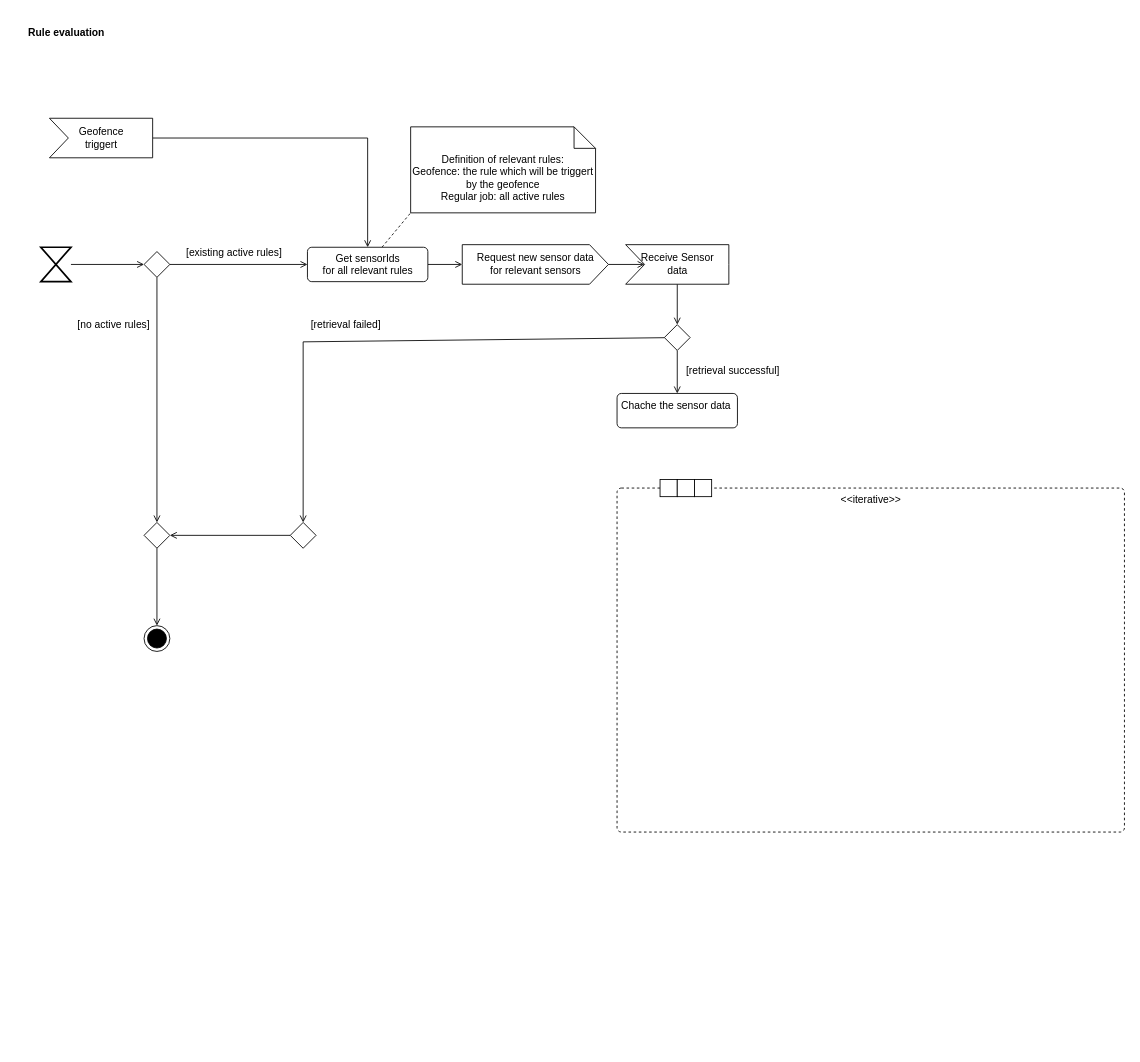
frozzenshooter/LoRaParkAppDocumentation keeps this draw.io diagram as ActivityDiagrams/ActivityDiagramRuleEvaluation.drawio. Above is the earlier version. Source tidied: cells renumbered, new cells numbered last; positions are measured from the earlier drawing's top-left corner, leaving out a move shared by most shapes. Both pictures are drawn from the tidied source at 86%, with x=0, y=0 at pixel (15, 15).
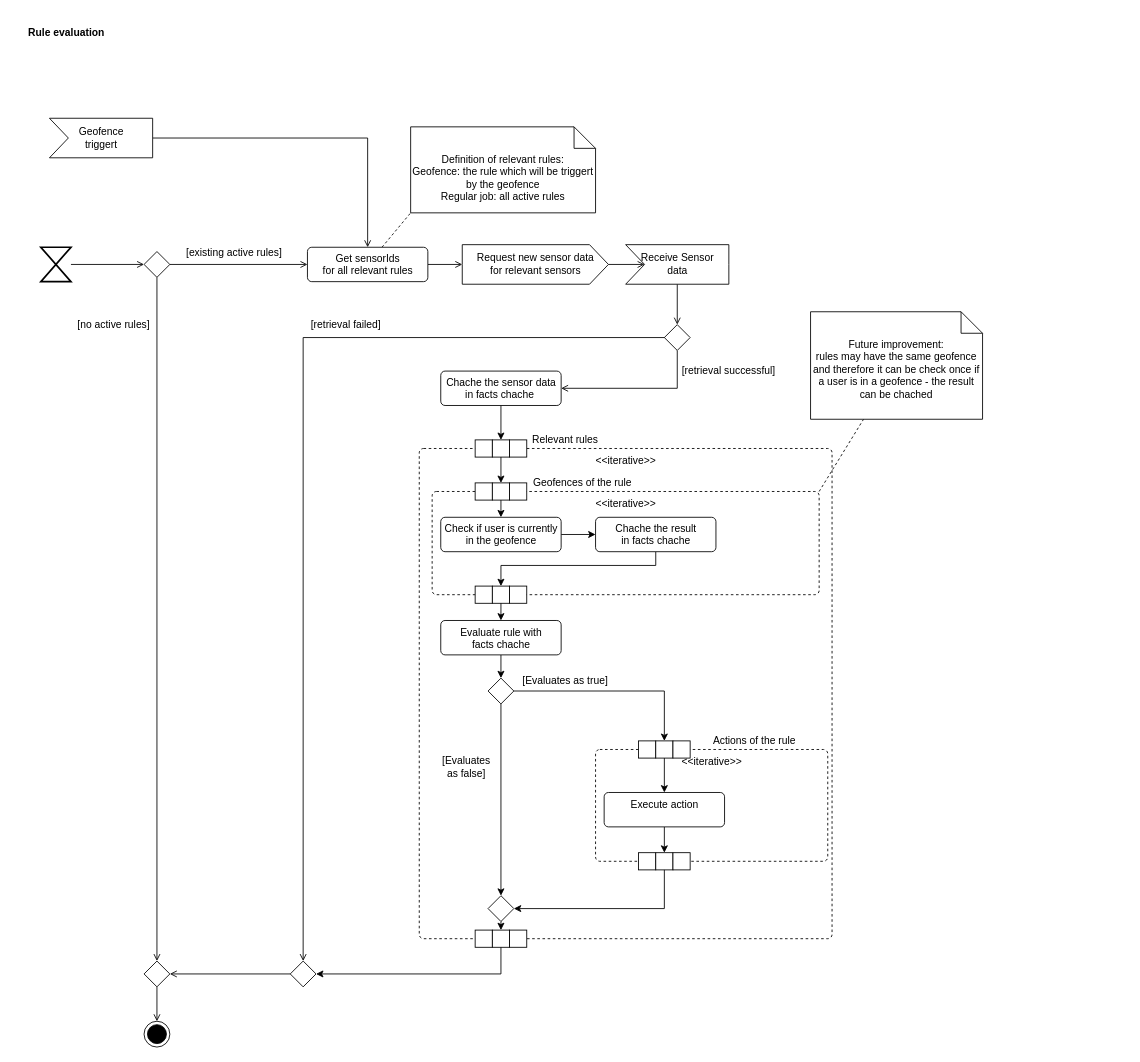
The same page after the edit.

Unchanged cells that the change refers to:
```xml
<mxCell id="11" value="Get sensorIds&lt;br&gt;for all relevant rules" style="html=1;align=center;verticalAlign=top;rounded=1;absoluteArcSize=1;arcSize=10;dashed=0;" parent="1" vertex="1">
  <mxGeometry x="340" y="270" width="140" height="40" as="geometry" />
</mxCell>
<mxCell id="19" value="Geofence&lt;br&gt;triggert" style="html=1;shadow=0;dashed=0;align=center;verticalAlign=middle;shape=mxgraph.arrows2.arrow;dy=0;dx=0;notch=22;" parent="1" vertex="1">
  <mxGeometry x="40" y="120" width="120" height="46" as="geometry" />
</mxCell>
<mxCell id="24" style="rhombus;" parent="1" vertex="1">
  <mxGeometry x="755" y="360" width="30" height="30" as="geometry" />
</mxCell>
<mxCell id="34" style="rounded=0;whiteSpace=wrap;html=1;" parent="32" vertex="1">
  <mxGeometry x="20" width="20" height="20" as="geometry" />
</mxCell>
```

The edit, as a diff of the source:
```diff
@@
     <mxCell id="16" style="rhombus;" parent="1" vertex="1">
-      <mxGeometry x="150" y="590" width="30" height="30" as="geometry" />
+      <mxGeometry x="150" y="1100" width="30" height="30" as="geometry" />
     </mxCell>
@@
-    <mxCell id="18" style="edgeStyle=none;rounded=0;jettySize=auto;html=1;entryX=0.5;entryY=0;entryDx=0;entryDy=0;endArrow=open;endFill=0;" parent="1" edge="1" source="19" target="11">
-      <mxGeometry relative="1" as="geometry">
-        <Array as="points">
-          <mxPoint x="410" y="143" />
-        </Array>
-      </mxGeometry>
+    <mxCell id="18" style="edgeStyle=orthogonalEdgeStyle;rounded=0;jettySize=auto;html=1;entryX=0.5;entryY=0;entryDx=0;entryDy=0;endArrow=open;endFill=0;" parent="1" edge="1" source="19" target="11">
+      <mxGeometry relative="1" as="geometry" />
     </mxCell>
@@
-    <mxCell id="22" style="edgeStyle=none;rounded=0;jettySize=auto;html=1;entryX=0.5;entryY=0;entryDx=0;entryDy=0;endArrow=open;endFill=0;" parent="1" edge="1" source="24" target="26">
-      <mxGeometry relative="1" as="geometry">
-        <Array as="points">
-          <mxPoint x="335" y="380" />
-        </Array>
-      </mxGeometry>
+    <mxCell id="22" style="edgeStyle=orthogonalEdgeStyle;rounded=0;jettySize=auto;html=1;entryX=0.5;entryY=0;entryDx=0;entryDy=0;endArrow=open;endFill=0;exitX=0.5;exitY=0.5;exitDx=0;exitDy=0;exitPerimeter=0;" parent="1" edge="1" source="24" target="26">
+      <mxGeometry relative="1" as="geometry" />
     </mxCell>
     <mxCell id="23" style="edgeStyle=none;rounded=0;jettySize=auto;html=1;endArrow=open;endFill=0;" parent="1" edge="1" source="24" target="29">
-      <mxGeometry relative="1" as="geometry" />
+      <mxGeometry relative="1" as="geometry">
+        <Array as="points">
+          <mxPoint x="770" y="434" />
+        </Array>
+      </mxGeometry>
     </mxCell>
@@
     <mxCell id="26" style="rhombus;" parent="1" vertex="1">
-      <mxGeometry x="320" y="590" width="30" height="30" as="geometry" />
+      <mxGeometry x="320" y="1100" width="30" height="30" as="geometry" />
     </mxCell>
@@
     <mxCell id="28" style="ellipse;html=1;shape=endState;fillColor=#000000;strokeColor=#000000;" parent="1" vertex="1">
-      <mxGeometry x="150" y="710" width="30" height="30" as="geometry" />
+      <mxGeometry x="150" y="1170" width="30" height="30" as="geometry" />
     </mxCell>
+    <mxCell id="36" style="rounded=0;jettySize=auto;html=1;" parent="1" edge="1" source="29" target="34">
+      <mxGeometry relative="1" as="geometry" />
+    </mxCell>
-    <mxCell id="29" value="Chache the sensor data&amp;nbsp;" style="html=1;align=center;verticalAlign=top;rounded=1;absoluteArcSize=1;arcSize=10;dashed=0;" parent="1" vertex="1">
-      <mxGeometry x="700" y="440" width="140" height="40" as="geometry" />
+    <mxCell id="29" value="Chache the sensor data&lt;br&gt;in facts chache&amp;nbsp;" style="html=1;align=center;verticalAlign=top;rounded=1;absoluteArcSize=1;arcSize=10;dashed=0;" parent="1" vertex="1">
+      <mxGeometry x="495" y="414" width="140" height="40" as="geometry" />
     </mxCell>
     <mxCell id="30" value="[retrieval successful]" style="text;html=1;strokeColor=none;fillColor=none;align=center;verticalAlign=middle;whiteSpace=wrap;rounded=0;" parent="1" vertex="1">
-      <mxGeometry x="770" y="399" width="130" height="30" as="geometry" />
+      <mxGeometry x="770" y="399" width="120" height="30" as="geometry" />
     </mxCell>
     <mxCell id="31" value="&amp;lt;&amp;lt;iterative&amp;gt;&amp;gt;" style="html=1;align=center;verticalAlign=top;rounded=1;absoluteArcSize=1;arcSize=10;dashed=1;" parent="1" vertex="1">
-      <mxGeometry x="700" y="550" width="590" height="400" as="geometry" />
+      <mxGeometry x="470" y="504" width="480" height="570" as="geometry" />
     </mxCell>
     <mxCell id="32" style="group;" parent="1" vertex="1">
-      <mxGeometry x="750" y="540" width="60" height="20" as="geometry" />
+      <mxGeometry x="535" y="494" width="60" height="20" as="geometry" />
     </mxCell>
@@
+    <mxCell id="37" value="Relevant rules" style="text;html=1;strokeColor=none;fillColor=none;align=center;verticalAlign=middle;whiteSpace=wrap;rounded=0;" parent="1" vertex="1">
+      <mxGeometry x="595" y="484" width="90" height="20" as="geometry" />
+    </mxCell>
+    <mxCell id="38" style="edgeStyle=none;rounded=0;jettySize=auto;html=1;dashed=1;endArrow=none;endFill=0;exitX=1;exitY=0;exitDx=0;exitDy=0;" parent="1" edge="1" source="39" target="84">
+      <mxGeometry relative="1" as="geometry" />
+    </mxCell>
+    <mxCell id="39" value="&amp;lt;&amp;lt;iterative&amp;gt;&amp;gt;" style="html=1;align=center;verticalAlign=top;rounded=1;absoluteArcSize=1;arcSize=10;dashed=1;" parent="1" vertex="1">
+      <mxGeometry x="485" y="554" width="450" height="120" as="geometry" />
+    </mxCell>
+    <mxCell id="40" style="group;" parent="1" vertex="1">
+      <mxGeometry x="535" y="544" width="60" height="20" as="geometry" />
+    </mxCell>
+    <mxCell id="41" style="rounded=0;whiteSpace=wrap;html=1;" parent="40" vertex="1">
+      <mxGeometry width="20" height="20" as="geometry" />
+    </mxCell>
+    <mxCell id="42" style="rounded=0;whiteSpace=wrap;html=1;" parent="40" vertex="1">
+      <mxGeometry x="20" width="20" height="20" as="geometry" />
+    </mxCell>
+    <mxCell id="43" style="rounded=0;whiteSpace=wrap;html=1;" parent="40" vertex="1">
+      <mxGeometry x="40" width="20" height="20" as="geometry" />
+    </mxCell>
+    <mxCell id="44" value="Geofences of the rule" style="text;html=1;strokeColor=none;fillColor=none;align=center;verticalAlign=middle;whiteSpace=wrap;rounded=0;" parent="1" vertex="1">
+      <mxGeometry x="595" y="534" width="130" height="20" as="geometry" />
+    </mxCell>
+    <mxCell id="45" style="edgeStyle=none;rounded=0;jettySize=auto;html=1;" parent="1" edge="1" source="34" target="42">
+      <mxGeometry relative="1" as="geometry" />
+    </mxCell>
+    <mxCell id="46" style="edgeStyle=none;rounded=0;jettySize=auto;html=1;" parent="1" edge="1" source="47" target="50">
+      <mxGeometry relative="1" as="geometry" />
+    </mxCell>
+    <mxCell id="47" value="Check if user is currently&lt;br&gt;in the geofence" style="html=1;align=center;verticalAlign=top;rounded=1;absoluteArcSize=1;arcSize=10;dashed=0;" parent="1" vertex="1">
+      <mxGeometry x="495" y="584" width="140" height="40" as="geometry" />
+    </mxCell>
+    <mxCell id="48" style="edgeStyle=none;rounded=0;jettySize=auto;html=1;" parent="1" edge="1" source="42" target="47">
+      <mxGeometry relative="1" as="geometry" />
+    </mxCell>
+    <mxCell id="49" style="edgeStyle=orthogonalEdgeStyle;rounded=0;jettySize=auto;html=1;" parent="1" edge="1" source="50" target="55">
+      <mxGeometry relative="1" as="geometry">
+        <Array as="points">
+          <mxPoint x="745" y="640" />
+          <mxPoint x="565" y="640" />
+        </Array>
+      </mxGeometry>
+    </mxCell>
+    <mxCell id="50" value="Chache the result&lt;br&gt;in facts chache" style="html=1;align=center;verticalAlign=top;rounded=1;absoluteArcSize=1;arcSize=10;dashed=0;" parent="1" vertex="1">
+      <mxGeometry x="675" y="584" width="140" height="40" as="geometry" />
+    </mxCell>
+    <mxCell id="51" style="edgeStyle=none;rounded=0;jettySize=auto;html=1;" parent="1" edge="1" source="52" target="60">
+      <mxGeometry relative="1" as="geometry" />
+    </mxCell>
+    <mxCell id="52" value="Evaluate rule with&lt;br&gt;facts chache" style="html=1;align=center;verticalAlign=top;rounded=1;absoluteArcSize=1;arcSize=10;dashed=0;" parent="1" vertex="1">
+      <mxGeometry x="495" y="704" width="140" height="40" as="geometry" />
+    </mxCell>
+    <mxCell id="53" style="group;" parent="1" vertex="1">
+      <mxGeometry x="535" y="664" width="60" height="20" as="geometry" />
+    </mxCell>
+    <mxCell id="54" style="rounded=0;whiteSpace=wrap;html=1;" parent="53" vertex="1">
+      <mxGeometry width="20" height="20" as="geometry" />
+    </mxCell>
+    <mxCell id="55" style="rounded=0;whiteSpace=wrap;html=1;" parent="53" vertex="1">
+      <mxGeometry x="20" width="20" height="20" as="geometry" />
+    </mxCell>
+    <mxCell id="56" style="rounded=0;whiteSpace=wrap;html=1;" parent="53" vertex="1">
+      <mxGeometry x="40" width="20" height="20" as="geometry" />
+    </mxCell>
+    <mxCell id="57" style="edgeStyle=none;rounded=0;jettySize=auto;html=1;" parent="1" edge="1" source="55" target="52">
+      <mxGeometry relative="1" as="geometry" />
+    </mxCell>
+    <mxCell id="58" style="edgeStyle=none;rounded=0;jettySize=auto;html=1;" parent="1" edge="1" source="60" target="62">
+      <mxGeometry relative="1" as="geometry" />
+    </mxCell>
+    <mxCell id="59" style="edgeStyle=orthogonalEdgeStyle;rounded=0;jettySize=auto;html=1;exitX=1;exitY=0.5;exitDx=0;exitDy=0;" parent="1" edge="1" source="60" target="71">
+      <mxGeometry relative="1" as="geometry" />
+    </mxCell>
+    <mxCell id="60" style="rhombus;" parent="1" vertex="1">
+      <mxGeometry x="550" y="771" width="30" height="30" as="geometry" />
+    </mxCell>
+    <mxCell id="61" style="edgeStyle=none;rounded=0;jettySize=auto;html=1;" parent="1" edge="1" source="62" target="81">
+      <mxGeometry relative="1" as="geometry" />
+    </mxCell>
+    <mxCell id="62" style="rhombus;" parent="1" vertex="1">
+      <mxGeometry x="550" y="1024" width="30" height="30" as="geometry" />
+    </mxCell>
+    <mxCell id="63" value="[Evaluates as false]" style="text;html=1;strokeColor=none;fillColor=none;align=center;verticalAlign=middle;whiteSpace=wrap;rounded=0;" parent="1" vertex="1">
+      <mxGeometry x="495" y="854" width="60" height="40" as="geometry" />
+    </mxCell>
+    <mxCell id="64" value="&amp;lt;&amp;lt;iterative&amp;gt;&amp;gt;" style="html=1;align=center;verticalAlign=top;rounded=1;absoluteArcSize=1;arcSize=10;dashed=1;" parent="1" vertex="1">
+      <mxGeometry x="675" y="854" width="270" height="130" as="geometry" />
+    </mxCell>
+    <mxCell id="65" style="group;" parent="1" vertex="1">
+      <mxGeometry x="725" y="974" width="60" height="20" as="geometry" />
+    </mxCell>
+    <mxCell id="66" style="rounded=0;whiteSpace=wrap;html=1;" parent="65" vertex="1">
+      <mxGeometry width="20" height="20" as="geometry" />
+    </mxCell>
+    <mxCell id="67" style="rounded=0;whiteSpace=wrap;html=1;" parent="65" vertex="1">
+      <mxGeometry x="20" width="20" height="20" as="geometry" />
+    </mxCell>
+    <mxCell id="68" style="rounded=0;whiteSpace=wrap;html=1;" parent="65" vertex="1">
+      <mxGeometry x="40" width="20" height="20" as="geometry" />
+    </mxCell>
+    <mxCell id="69" style="group;" parent="1" vertex="1">
+      <mxGeometry x="725" y="844" width="60" height="20" as="geometry" />
+    </mxCell>
+    <mxCell id="70" style="rounded=0;whiteSpace=wrap;html=1;" parent="69" vertex="1">
+      <mxGeometry width="20" height="20" as="geometry" />
+    </mxCell>
+    <mxCell id="71" style="rounded=0;whiteSpace=wrap;html=1;" parent="69" vertex="1">
+      <mxGeometry x="20" width="20" height="20" as="geometry" />
+    </mxCell>
+    <mxCell id="72" style="rounded=0;whiteSpace=wrap;html=1;" parent="69" vertex="1">
+      <mxGeometry x="40" width="20" height="20" as="geometry" />
+    </mxCell>
+    <mxCell id="73" value="[Evaluates as true]" style="text;html=1;strokeColor=none;fillColor=none;align=center;verticalAlign=middle;whiteSpace=wrap;rounded=0;" parent="1" vertex="1">
+      <mxGeometry x="575" y="764" width="130" height="20" as="geometry" />
+    </mxCell>
+    <mxCell id="74" value="Actions of the rule" style="text;html=1;strokeColor=none;fillColor=none;align=center;verticalAlign=middle;whiteSpace=wrap;rounded=0;" parent="1" vertex="1">
+      <mxGeometry x="795" y="834" width="130" height="20" as="geometry" />
+    </mxCell>
+    <mxCell id="75" style="edgeStyle=none;rounded=0;jettySize=auto;html=1;" parent="1" edge="1" source="76" target="67">
+      <mxGeometry relative="1" as="geometry" />
+    </mxCell>
+    <mxCell id="76" value="Execute action" style="html=1;align=center;verticalAlign=top;rounded=1;absoluteArcSize=1;arcSize=10;dashed=0;" parent="1" vertex="1">
+      <mxGeometry x="685" y="904" width="140" height="40" as="geometry" />
+    </mxCell>
+    <mxCell id="77" style="edgeStyle=none;rounded=0;jettySize=auto;html=1;entryX=0.5;entryY=0;entryDx=0;entryDy=0;" parent="1" edge="1" source="71" target="76">
+      <mxGeometry relative="1" as="geometry" />
+    </mxCell>
+    <mxCell id="78" style="edgeStyle=orthogonalEdgeStyle;rounded=0;jettySize=auto;html=1;" parent="1" edge="1" source="67" target="62">
+      <mxGeometry relative="1" as="geometry">
+        <Array as="points">
+          <mxPoint x="755" y="1039" />
+        </Array>
+      </mxGeometry>
+    </mxCell>
+    <mxCell id="79" style="group;" parent="1" vertex="1">
+      <mxGeometry x="535" y="1064" width="60" height="20" as="geometry" />
+    </mxCell>
+    <mxCell id="80" style="rounded=0;whiteSpace=wrap;html=1;" parent="79" vertex="1">
+      <mxGeometry width="20" height="20" as="geometry" />
+    </mxCell>
+    <mxCell id="81" style="rounded=0;whiteSpace=wrap;html=1;" parent="79" vertex="1">
+      <mxGeometry x="20" width="20" height="20" as="geometry" />
+    </mxCell>
+    <mxCell id="82" style="rounded=0;whiteSpace=wrap;html=1;" parent="79" vertex="1">
+      <mxGeometry x="40" width="20" height="20" as="geometry" />
+    </mxCell>
+    <mxCell id="83" style="edgeStyle=orthogonalEdgeStyle;rounded=0;jettySize=auto;html=1;entryX=1;entryY=0.5;entryDx=0;entryDy=0;" parent="1" edge="1" source="81" target="26">
+      <mxGeometry relative="1" as="geometry">
+        <Array as="points">
+          <mxPoint x="565" y="1115" />
+        </Array>
+      </mxGeometry>
+    </mxCell>
+    <mxCell id="84" value="Future improvement:&lt;br&gt;rules may have the same geofence and therefore it can be check once if a user is in a geofence - the result can be chached" style="shape=note2;boundedLbl=1;whiteSpace=wrap;html=1;size=25;verticalAlign=top;align=center;" parent="1" vertex="1">
+      <mxGeometry x="925" y="345" width="200" height="125" as="geometry" />
+    </mxCell>
```
